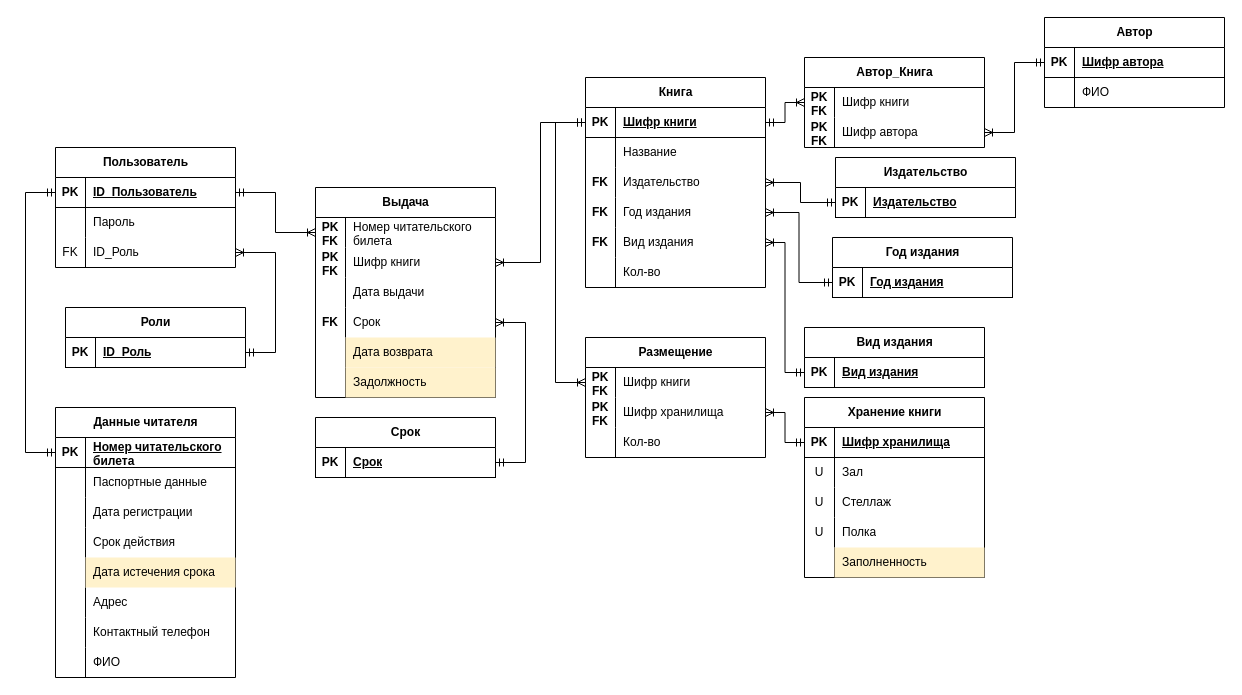
The draw.io diagram ИС121 Габдуллин КП1.drawio in Kamil08125/-, before the edit. Source tidied: cells renumbered, new cells numbered last; positions are measured from the earlier drawing's top-left corner, leaving out a move shared by most shapes. Both pictures are drawn from the tidied source at 100%, with x=0, y=0 at pixel (25, 17).
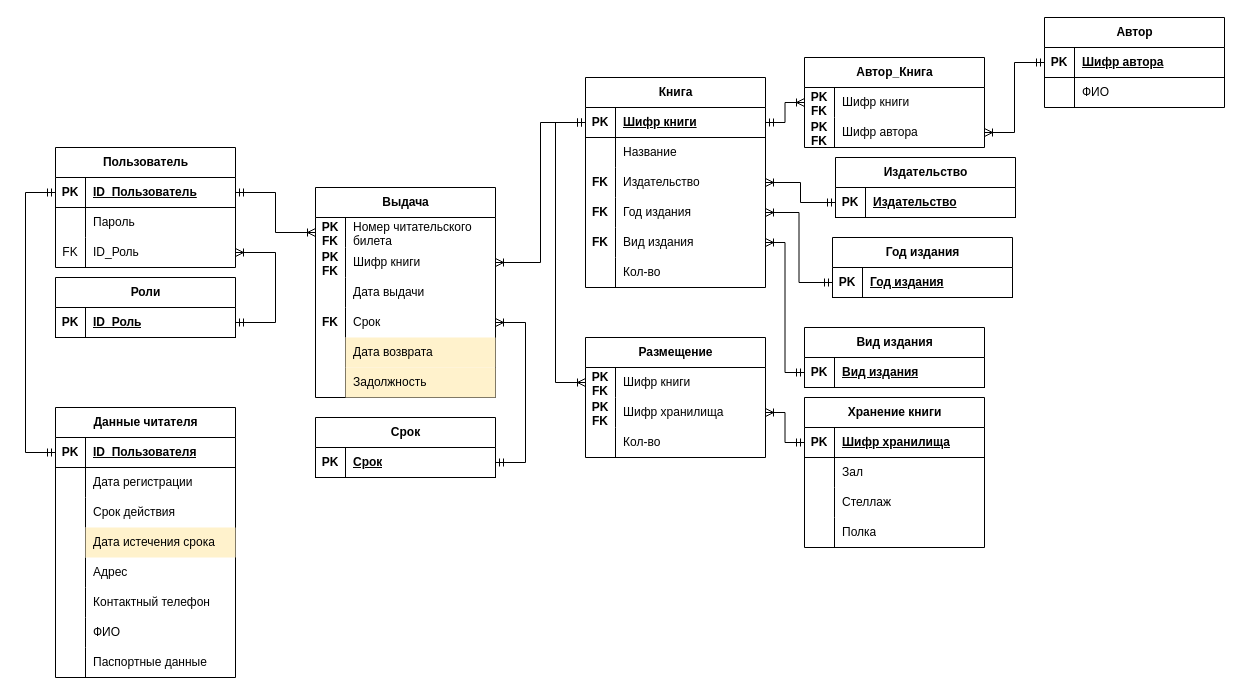
The same page after the edit.

Unchanged cells that the change refers to:
```xml
<mxCell id="42" value="Данные читателя" style="shape=table;startSize=30;childLayout=tableLayout;rowLines=0;fontStyle=1;align=center;html=1;" parent="1" vertex="1">
  <mxGeometry x="30" y="390" width="180" height="270" as="geometry" />
</mxCell>
<mxCell id="43" style="shape=tableRow;horizontal=0;startSize=0;swimlaneHead=0;swimlaneBody=0;fillColor=none;points=[[0,0.5],[1,0.5]];portConstraint=eastwest;top=0;left=0;right=0;bottom=1;" parent="42" vertex="1">
  <mxGeometry y="30" width="180" height="30" as="geometry" />
</mxCell>
<mxCell id="93" style="shape=tableRow;horizontal=0;startSize=0;swimlaneHead=0;swimlaneBody=0;fillColor=none;top=0;left=0;right=0;bottom=0;" parent="89" vertex="1">
  <mxGeometry y="60" width="180" height="30" as="geometry" />
</mxCell>
<mxCell id="96" style="shape=tableRow;horizontal=0;startSize=0;swimlaneHead=0;swimlaneBody=0;fillColor=none;top=0;left=0;right=0;bottom=0;" parent="89" vertex="1">
  <mxGeometry y="90" width="180" height="30" as="geometry" />
</mxCell>
<mxCell id="99" style="shape=tableRow;horizontal=0;startSize=0;swimlaneHead=0;swimlaneBody=0;fillColor=none;top=0;left=0;right=0;bottom=0;" parent="89" vertex="1">
  <mxGeometry y="120" width="180" height="30" as="geometry" />
</mxCell>
```

Diff of the diagram source:
```diff
@@
-    <mxCell id="45" value="Номер читательского билета" style="shape=partialRectangle;fillColor=none;top=0;left=0;bottom=0;right=0;align=left;spacingLeft=6;fontStyle=5;overflow=hidden;whiteSpace=wrap;html=1;" parent="43" vertex="1">
+    <mxCell id="45" value="ID_Пользователя" style="shape=partialRectangle;fillColor=none;top=0;left=0;bottom=0;right=0;align=left;spacingLeft=6;fontStyle=5;overflow=hidden;whiteSpace=wrap;html=1;" parent="43" vertex="1">
       <mxGeometry x="30" width="150" height="30" as="geometry" />
     </mxCell>
-    <mxCell id="46" style="shape=tableRow;horizontal=0;startSize=0;swimlaneHead=0;swimlaneBody=0;fillColor=none;top=0;left=0;right=0;bottom=0;" parent="42" vertex="1">
-      <mxGeometry y="60" width="180" height="30" as="geometry" />
-    </mxCell>
-    <mxCell id="47" style="shape=partialRectangle;fillColor=none;top=0;left=0;bottom=0;right=0;overflow=hidden;whiteSpace=wrap;html=1;" parent="46" vertex="1">
-      <mxGeometry width="30" height="30" as="geometry" />
-    </mxCell>
-    <mxCell id="48" value="Паспортные данные" style="shape=partialRectangle;fillColor=none;top=0;left=0;bottom=0;right=0;align=left;spacingLeft=6;overflow=hidden;whiteSpace=wrap;html=1;" parent="46" vertex="1">
-      <mxGeometry x="30" width="150" height="30" as="geometry" />
-    </mxCell>
     <mxCell id="49" style="shape=tableRow;horizontal=0;startSize=0;swimlaneHead=0;swimlaneBody=0;fillColor=none;top=0;left=0;right=0;bottom=0;" parent="42" vertex="1">
-      <mxGeometry y="90" width="180" height="30" as="geometry" />
+      <mxGeometry y="60" width="180" height="30" as="geometry" />
     </mxCell>
@@
     <mxCell id="52" style="shape=tableRow;horizontal=0;startSize=0;swimlaneHead=0;swimlaneBody=0;fillColor=none;top=0;left=0;right=0;bottom=0;" parent="42" vertex="1">
-      <mxGeometry y="120" width="180" height="30" as="geometry" />
+      <mxGeometry y="90" width="180" height="30" as="geometry" />
     </mxCell>
@@
     <mxCell id="55" style="shape=tableRow;horizontal=0;startSize=0;swimlaneHead=0;swimlaneBody=0;fillColor=none;top=0;left=0;right=0;bottom=0;" parent="42" vertex="1">
-      <mxGeometry y="150" width="180" height="30" as="geometry" />
+      <mxGeometry y="120" width="180" height="30" as="geometry" />
     </mxCell>
@@
     <mxCell id="58" style="shape=tableRow;horizontal=0;startSize=0;swimlaneHead=0;swimlaneBody=0;fillColor=none;top=0;left=0;right=0;bottom=0;" parent="42" vertex="1">
-      <mxGeometry y="180" width="180" height="30" as="geometry" />
+      <mxGeometry y="150" width="180" height="30" as="geometry" />
     </mxCell>
@@
     <mxCell id="61" style="shape=tableRow;horizontal=0;startSize=0;swimlaneHead=0;swimlaneBody=0;fillColor=none;top=0;left=0;right=0;bottom=0;" parent="42" vertex="1">
-      <mxGeometry y="210" width="180" height="30" as="geometry" />
+      <mxGeometry y="180" width="180" height="30" as="geometry" />
     </mxCell>
@@
     <mxCell id="64" style="shape=tableRow;horizontal=0;startSize=0;swimlaneHead=0;swimlaneBody=0;fillColor=none;top=0;left=0;right=0;bottom=0;" parent="42" vertex="1">
-      <mxGeometry y="240" width="180" height="30" as="geometry" />
+      <mxGeometry y="210" width="180" height="30" as="geometry" />
     </mxCell>
@@
+    <mxCell id="46" style="shape=tableRow;horizontal=0;startSize=0;swimlaneHead=0;swimlaneBody=0;fillColor=none;top=0;left=0;right=0;bottom=0;" parent="42" vertex="1">
+      <mxGeometry y="240" width="180" height="30" as="geometry" />
+    </mxCell>
+    <mxCell id="47" style="shape=partialRectangle;fillColor=none;top=0;left=0;bottom=0;right=0;overflow=hidden;whiteSpace=wrap;html=1;" parent="46" vertex="1">
+      <mxGeometry width="30" height="30" as="geometry" />
+    </mxCell>
+    <mxCell id="48" value="Паспортные данные" style="shape=partialRectangle;fillColor=none;top=0;left=0;bottom=0;right=0;align=left;spacingLeft=6;overflow=hidden;whiteSpace=wrap;html=1;" parent="46" vertex="1">
+      <mxGeometry x="30" width="150" height="30" as="geometry" />
+    </mxCell>
@@
     <mxCell id="89" value="Хранение книги" style="shape=table;startSize=30;childLayout=tableLayout;rowLines=0;fontStyle=1;align=center;html=1;" parent="1" vertex="1">
-      <mxGeometry x="779" y="380" width="180" height="180" as="geometry" />
+      <mxGeometry x="779" y="380" width="180" height="150" as="geometry" />
     </mxCell>
@@
-    <mxCell id="94" value="U" style="shape=partialRectangle;fillColor=none;top=0;left=0;bottom=0;right=0;overflow=hidden;whiteSpace=wrap;html=1;" parent="93" vertex="1">
+    <mxCell id="94" style="shape=partialRectangle;fillColor=none;top=0;left=0;bottom=0;right=0;overflow=hidden;whiteSpace=wrap;html=1;" parent="93" vertex="1">
       <mxGeometry width="30" height="30" as="geometry" />
     </mxCell>
@@
-    <mxCell id="97" value="U" style="shape=partialRectangle;fillColor=none;top=0;left=0;bottom=0;right=0;overflow=hidden;whiteSpace=wrap;html=1;" parent="96" vertex="1">
+    <mxCell id="97" style="shape=partialRectangle;fillColor=none;top=0;left=0;bottom=0;right=0;overflow=hidden;whiteSpace=wrap;html=1;" parent="96" vertex="1">
       <mxGeometry width="30" height="30" as="geometry" />
     </mxCell>
@@
-    <mxCell id="100" value="U" style="shape=partialRectangle;fillColor=none;top=0;left=0;bottom=0;right=0;overflow=hidden;whiteSpace=wrap;html=1;" parent="99" vertex="1">
+    <mxCell id="100" style="shape=partialRectangle;fillColor=none;top=0;left=0;bottom=0;right=0;overflow=hidden;whiteSpace=wrap;html=1;" parent="99" vertex="1">
       <mxGeometry width="30" height="30" as="geometry" />
     </mxCell>
@@
-    <mxCell id="102" style="shape=tableRow;horizontal=0;startSize=0;swimlaneHead=0;swimlaneBody=0;fillColor=none;top=0;left=0;right=0;bottom=0;" parent="89" vertex="1">
-      <mxGeometry y="150" width="180" height="30" as="geometry" />
-    </mxCell>
-    <mxCell id="103" style="shape=partialRectangle;fillColor=none;top=0;left=0;bottom=0;right=0;overflow=hidden;whiteSpace=wrap;html=1;" parent="102" vertex="1">
-      <mxGeometry width="30" height="30" as="geometry" />
-    </mxCell>
-    <mxCell id="104" value="Заполненность" style="shape=partialRectangle;fillColor=#fff2cc;top=0;left=0;bottom=0;right=0;align=left;spacingLeft=6;overflow=hidden;whiteSpace=wrap;html=1;strokeColor=#d6b656;" parent="102" vertex="1">
-      <mxGeometry x="30" width="150" height="30" as="geometry" />
-    </mxCell>
@@
     <mxCell id="142" value="Роли" style="shape=table;startSize=30;childLayout=tableLayout;rowLines=0;fontStyle=1;align=center;html=1;" parent="1" vertex="1">
-      <mxGeometry x="40" y="290" width="180" height="60" as="geometry" />
+      <mxGeometry x="30" y="260" width="180" height="60" as="geometry" />
     </mxCell>
```
